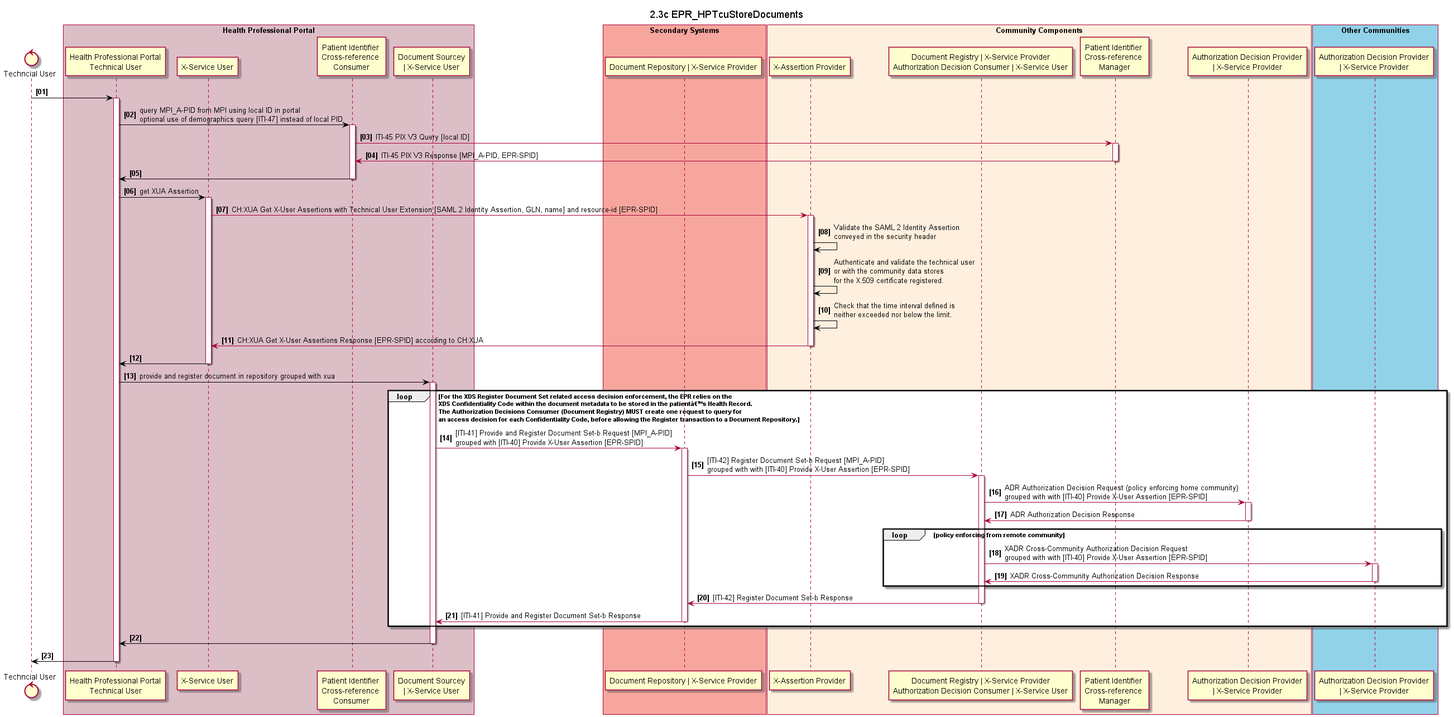
Above: 2_03c_EPR_HPTcuStoreDocuments.plantuml.png in ahdis/ch-epr-seqdiag (PlantUML), before the change.
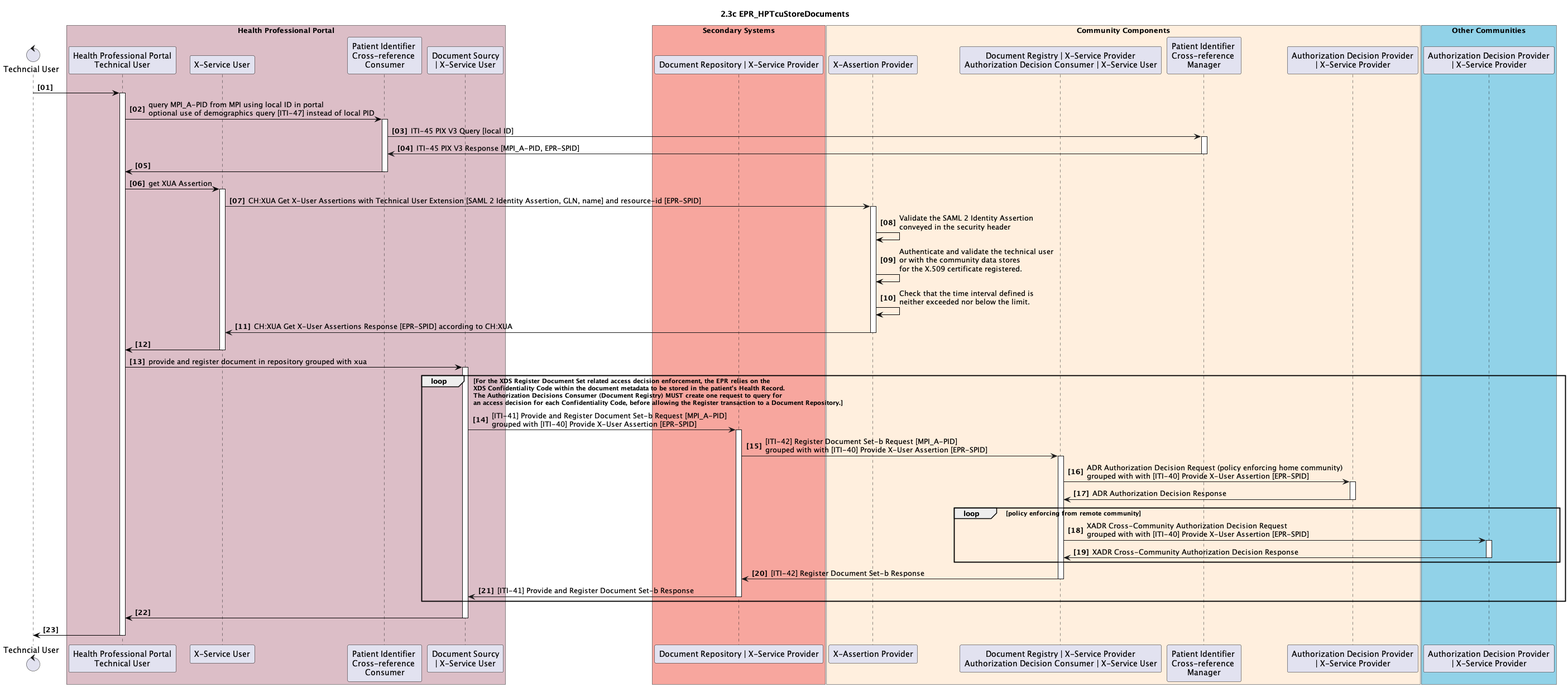
The same file after the commit.

Change to the diagram source:
```diff
@@ -8,7 +8,7 @@
 	participant ps_gui as "Health Professional Portal\nTechnical User"
 	participant ps_x_service_user as "X-Service User"
 	participant ps_pix_x_ref_consumer as "Patient Identifier \nCross-reference \nConsumer"
-	participant ps_doc_source as "Document Sourcey\n| X-Service User"
+	participant ps_doc_source as "Document Sourcy\n| X-Service User"
 end box
 
 box "Secondary Systems" #F7A69E
@@ -35,7 +35,7 @@
 
 ps_gui -[#black]> ps_doc_source : provide and register document in repository grouped with xua
 activate ps_doc_source
-loop For the XDS Register Document Set related access decision enforcement, the EPR relies on the \nXDS Confidentiality Code within the document metadata to be stored in the patientâ€™s Health Record. \nThe Authorization Decisions Consumer (Document Registry) MUST create one request to query for \nan access decision for each Confidentiality Code, before allowing the Register transaction to a Document Repository.
+loop For the XDS Register Document Set related access decision enforcement, the EPR relies on the \nXDS Confidentiality Code within the document metadata to be stored in the patient’s Health Record. \nThe Authorization Decisions Consumer (Document Registry) MUST create one request to query for \nan access decision for each Confidentiality Code, before allowing the Register transaction to a Document Repository.
   ps_doc_source -> ss_doc_repository: [ITI-41] Provide and Register Document Set-b Request [MPI_A-PID] \ngrouped with [ITI-40] Provide X-User Assertion [EPR-SPID]
   activate ss_doc_repository
   ss_doc_repository -> cc_doc_registry: [ITI-42] Register Document Set-b Request [MPI_A-PID] \ngrouped with with [ITI-40] Provide X-User Assertion [EPR-SPID]
```
